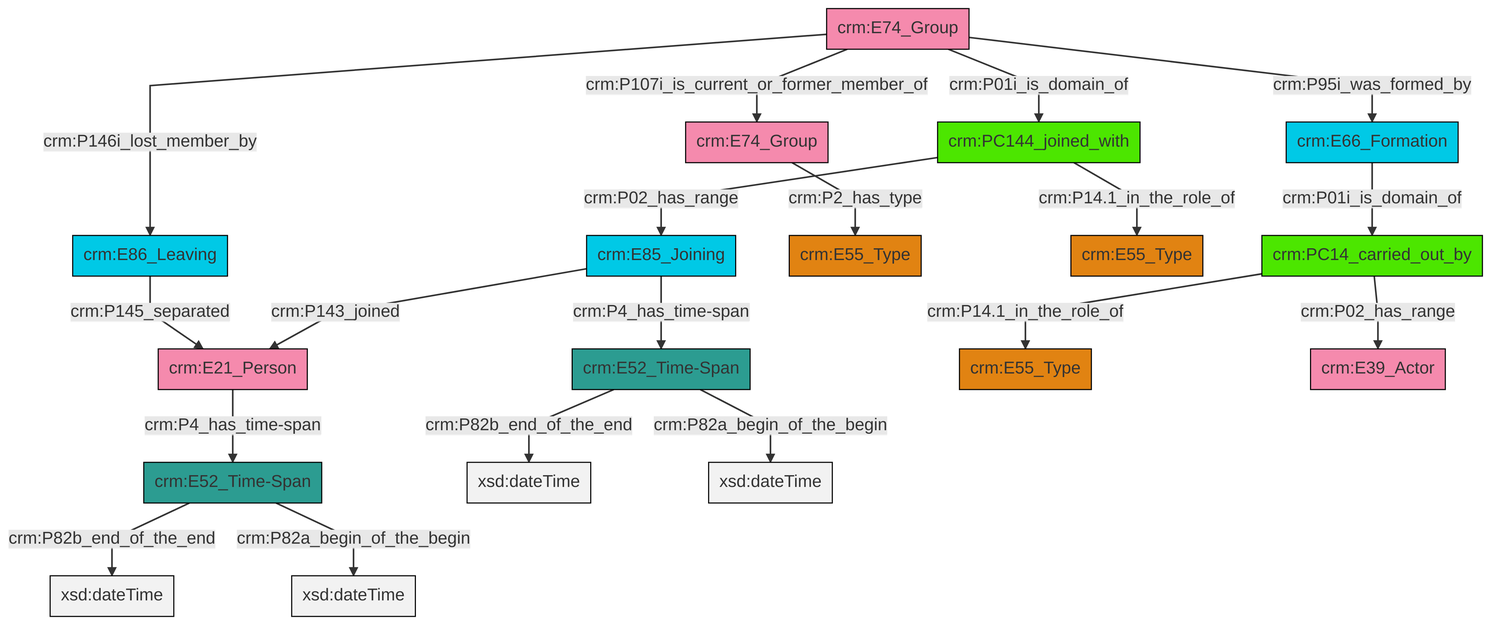
The Mermaid diagram et/groupCSV/ttl/mmd/png/group_actor_relations.png in swiss-art-research-net/docs.swissartresearch, before a commit. Its source is kept beside it as et/groupCSV/ttl/mmd/group_actor_relations.ttl.mmd.
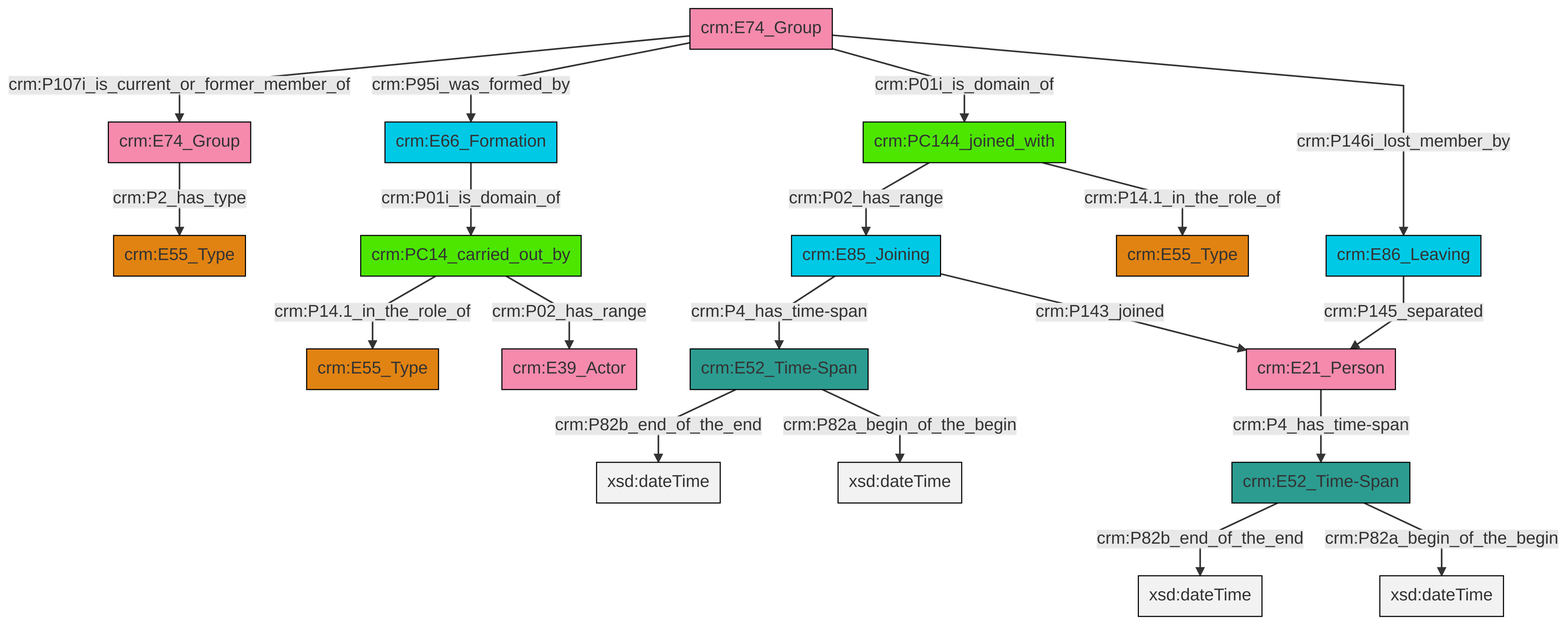
After the change.

Change to the diagram source:
```diff
@@ -13,21 +13,21 @@
 classDef PC_Classes fill:#4ce600, stroke:#000000;
 classDef Multi fill:#cccccc,stroke:#000000;
 
-2["crm:E52_Time-Span"]:::Time-Span -->|crm:P82b_end_of_the_end| 3[xsd:dateTime]:::Literal
-4["crm:E86_Leaving"]:::Temporal_Entity -->|crm:P145_separated| 5["crm:E21_Person"]:::Actor
-8["crm:E66_Formation"]:::Temporal_Entity -->|crm:P01i_is_domain_of| 6["crm:PC14_carried_out_by"]:::PC_Classes
-2["crm:E52_Time-Span"]:::Time-Span -->|crm:P82a_begin_of_the_begin| 11[xsd:dateTime]:::Literal
-12["crm:E74_Group"]:::Actor -->|crm:P146i_lost_member_by| 4["crm:E86_Leaving"]:::Temporal_Entity
-13["crm:PC144_joined_with"]:::PC_Classes -->|crm:P14.1_in_the_role_of| 14["crm:E55_Type"]:::Type
-20["crm:E85_Joining"]:::Temporal_Entity -->|crm:P143_joined| 5["crm:E21_Person"]:::Actor
-5["crm:E21_Person"]:::Actor -->|crm:P4_has_time-span| 2["crm:E52_Time-Span"]:::Time-Span
-15["crm:E52_Time-Span"]:::Time-Span -->|crm:P82b_end_of_the_end| 26[xsd:dateTime]:::Literal
-12["crm:E74_Group"]:::Actor -->|crm:P95i_was_formed_by| 8["crm:E66_Formation"]:::Temporal_Entity
-6["crm:PC14_carried_out_by"]:::PC_Classes -->|crm:P02_has_range| 21["crm:E39_Actor"]:::Actor
-20["crm:E85_Joining"]:::Temporal_Entity -->|crm:P4_has_time-span| 15["crm:E52_Time-Span"]:::Time-Span
-15["crm:E52_Time-Span"]:::Time-Span -->|crm:P82a_begin_of_the_begin| 27[xsd:dateTime]:::Literal
-6["crm:PC14_carried_out_by"]:::PC_Classes -->|crm:P14.1_in_the_role_of| 18["crm:E55_Type"]:::Type
-12["crm:E74_Group"]:::Actor -->|crm:P107i_is_current_or_former_member_of| 0["crm:E74_Group"]:::Actor
-12["crm:E74_Group"]:::Actor -->|crm:P01i_is_domain_of| 13["crm:PC144_joined_with"]:::PC_Classes
-0["crm:E74_Group"]:::Actor -->|crm:P2_has_type| 9["crm:E55_Type"]:::Type
-13["crm:PC144_joined_with"]:::PC_Classes -->|crm:P02_has_range| 20["crm:E85_Joining"]:::Temporal_Entity
+0["crm:E74_Group"]:::Actor -->|crm:P2_has_type| 1["crm:E55_Type"]:::Type
+3["crm:PC14_carried_out_by"]:::PC_Classes -->|crm:P14.1_in_the_role_of| 4["crm:E55_Type"]:::Type
+7["crm:E21_Person"]:::Actor -->|crm:P4_has_time-span| 8["crm:E52_Time-Span"]:::Time-Span
+13["crm:E74_Group"]:::Actor -->|crm:P107i_is_current_or_former_member_of| 0["crm:E74_Group"]:::Actor
+13["crm:E74_Group"]:::Actor -->|crm:P95i_was_formed_by| 14["crm:E66_Formation"]:::Temporal_Entity
+15["crm:PC144_joined_with"]:::PC_Classes -->|crm:P02_has_range| 16["crm:E85_Joining"]:::Temporal_Entity
+16["crm:E85_Joining"]:::Temporal_Entity -->|crm:P4_has_time-span| 9["crm:E52_Time-Span"]:::Time-Span
+15["crm:PC144_joined_with"]:::PC_Classes -->|crm:P14.1_in_the_role_of| 18["crm:E55_Type"]:::Type
+14["crm:E66_Formation"]:::Temporal_Entity -->|crm:P01i_is_domain_of| 3["crm:PC14_carried_out_by"]:::PC_Classes
+13["crm:E74_Group"]:::Actor -->|crm:P01i_is_domain_of| 15["crm:PC144_joined_with"]:::PC_Classes
+3["crm:PC14_carried_out_by"]:::PC_Classes -->|crm:P02_has_range| 24["crm:E39_Actor"]:::Actor
+9["crm:E52_Time-Span"]:::Time-Span -->|crm:P82b_end_of_the_end| 28[xsd:dateTime]:::Literal
+8["crm:E52_Time-Span"]:::Time-Span -->|crm:P82b_end_of_the_end| 29[xsd:dateTime]:::Literal
+13["crm:E74_Group"]:::Actor -->|crm:P146i_lost_member_by| 21["crm:E86_Leaving"]:::Temporal_Entity
+21["crm:E86_Leaving"]:::Temporal_Entity -->|crm:P145_separated| 7["crm:E21_Person"]:::Actor
+16["crm:E85_Joining"]:::Temporal_Entity -->|crm:P143_joined| 7["crm:E21_Person"]:::Actor
+9["crm:E52_Time-Span"]:::Time-Span -->|crm:P82a_begin_of_the_begin| 33[xsd:dateTime]:::Literal
+8["crm:E52_Time-Span"]:::Time-Span -->|crm:P82a_begin_of_the_begin| 34[xsd:dateTime]:::Literal
```
